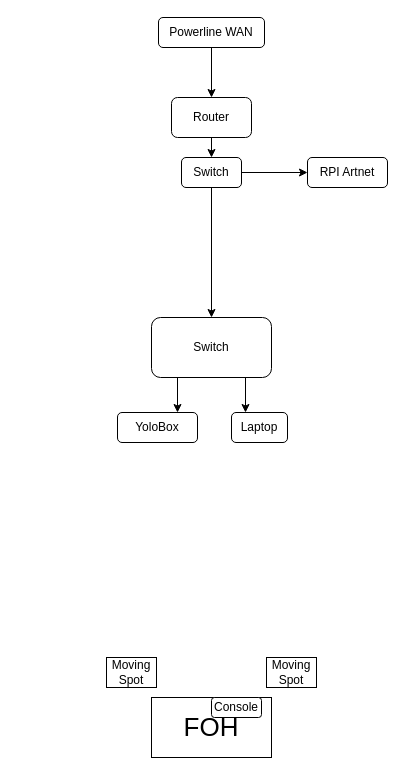
Earlier version of the draw.io diagram DMX_Lights.drawio (DefeatedWarrior/SilverBullet). Source tidied: cells renumbered, new cells numbered last; positions are measured from the earlier drawing's top-left corner, leaving out a move shared by most shapes. Both pictures are drawn from the tidied source at 100%, with x=0, y=0 at pixel (106, 17).
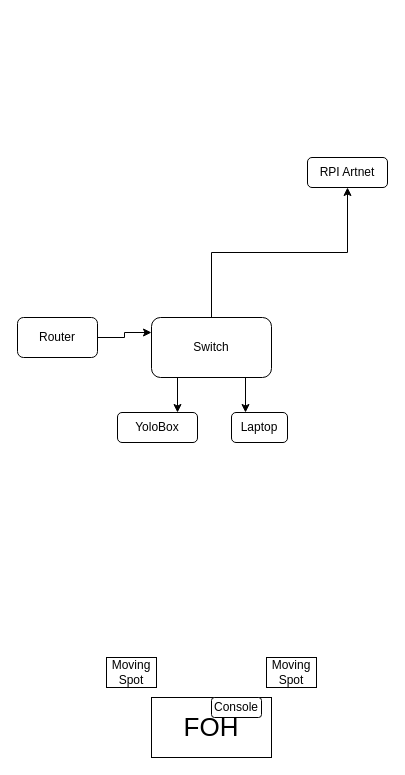
The same page after the edit.

Change to the diagram source:
```diff
@@
 <mxGraphModel>
   <root>
     <mxCell id="0" />
     <mxCell id="1" parent="0" />
     <mxCell id="2" value="&lt;font style=&quot;font-size: 26px;&quot;&gt;FOH&lt;/font&gt;" style="rounded=0;whiteSpace=wrap;html=1;" parent="1" vertex="1">
       <mxGeometry x="45" y="680" width="120" height="60" as="geometry" />
     </mxCell>
     <mxCell id="3" value="Console" style="rounded=1;whiteSpace=wrap;html=1;" parent="1" vertex="1">
       <mxGeometry x="105" y="680" width="50" height="20" as="geometry" />
     </mxCell>
     <mxCell id="4" value="Moving Spot" style="rounded=0;whiteSpace=wrap;html=1;" parent="1" vertex="1">
       <mxGeometry x="160" y="640" width="50" height="30" as="geometry" />
     </mxCell>
     <mxCell id="5" value="Moving Spot" style="rounded=0;whiteSpace=wrap;html=1;" parent="1" vertex="1">
       <mxGeometry y="640" width="50" height="30" as="geometry" />
     </mxCell>
-    <mxCell id="6" style="edgeStyle=orthogonalEdgeStyle;rounded=0;jettySize=auto;html=1;exitX=0.5;exitY=1;exitDx=0;exitDy=0;entryX=0.5;entryY=0;entryDx=0;entryDy=0;" parent="1" edge="1" source="7" target="19">
-      <mxGeometry relative="1" as="geometry" />
-    </mxCell>
+    <mxCell id="20" style="edgeStyle=orthogonalEdgeStyle;rounded=0;jettySize=auto;html=1;exitX=1;exitY=0.5;exitDx=0;exitDy=0;entryX=0;entryY=0.25;entryDx=0;entryDy=0;" parent="1" edge="1" source="7" target="12">
+      <mxGeometry relative="1" as="geometry" />
+    </mxCell>
     <mxCell id="7" value="Router" style="rounded=1;whiteSpace=wrap;html=1;" parent="1" vertex="1">
-      <mxGeometry x="65" y="80" width="80" height="40" as="geometry" />
+      <mxGeometry x="-89" y="300" width="80" height="40" as="geometry" />
     </mxCell>
     <mxCell id="8" value="Laptop" style="rounded=1;whiteSpace=wrap;html=1;" parent="1" vertex="1">
       <mxGeometry x="125" y="395" width="56" height="30" as="geometry" />
     </mxCell>
     <mxCell id="9" value="YoloBox" style="rounded=1;whiteSpace=wrap;html=1;" parent="1" vertex="1">
       <mxGeometry x="11" y="395" width="80" height="30" as="geometry" />
     </mxCell>
     <mxCell id="10" style="edgeStyle=orthogonalEdgeStyle;rounded=0;jettySize=auto;html=1;exitX=0.75;exitY=1;exitDx=0;exitDy=0;entryX=0.25;entryY=0;entryDx=0;entryDy=0;" parent="1" edge="1" source="12" target="8">
       <mxGeometry relative="1" as="geometry" />
     </mxCell>
     <mxCell id="11" style="edgeStyle=orthogonalEdgeStyle;rounded=0;jettySize=auto;html=1;exitX=0.25;exitY=1;exitDx=0;exitDy=0;entryX=0.75;entryY=0;entryDx=0;entryDy=0;" parent="1" edge="1" source="12" target="9">
       <mxGeometry relative="1" as="geometry" />
     </mxCell>
+    <mxCell id="21" style="edgeStyle=orthogonalEdgeStyle;rounded=0;jettySize=auto;html=1;exitX=0.5;exitY=0;exitDx=0;exitDy=0;entryX=0.5;entryY=1;entryDx=0;entryDy=0;" parent="1" edge="1" source="12" target="14">
+      <mxGeometry relative="1" as="geometry" />
+    </mxCell>
     <mxCell id="12" value="Switch" style="rounded=1;whiteSpace=wrap;html=1;" parent="1" vertex="1">
       <mxGeometry x="45" y="300" width="120" height="60" as="geometry" />
     </mxCell>
     <mxCell id="13" style="edgeStyle=orthogonalEdgeStyle;rounded=0;orthogonalLoop=1;jettySize=auto;html=1;exitX=0.5;exitY=1;exitDx=0;exitDy=0;" parent="1" edge="1" source="9" target="9">
       <mxGeometry relative="1" as="geometry" />
     </mxCell>
     <mxCell id="14" value="RPI Artnet" style="rounded=1;whiteSpace=wrap;html=1;" parent="1" vertex="1">
       <mxGeometry x="201" y="140" width="80" height="30" as="geometry" />
     </mxCell>
-    <mxCell id="15" style="edgeStyle=orthogonalEdgeStyle;rounded=0;jettySize=auto;html=1;exitX=0.5;exitY=1;exitDx=0;exitDy=0;entryX=0.5;entryY=0;entryDx=0;entryDy=0;" parent="1" edge="1" source="16" target="7">
-      <mxGeometry relative="1" as="geometry" />
-    </mxCell>
-    <mxCell id="16" value="Powerline WAN" style="rounded=1;whiteSpace=wrap;html=1;" parent="1" vertex="1">
-      <mxGeometry x="52" width="106" height="30" as="geometry" />
-    </mxCell>
-    <mxCell id="17" style="edgeStyle=orthogonalEdgeStyle;rounded=0;jettySize=auto;html=1;exitX=1;exitY=0.5;exitDx=0;exitDy=0;entryX=0;entryY=0.5;entryDx=0;entryDy=0;" parent="1" edge="1" source="19" target="14">
-      <mxGeometry relative="1" as="geometry" />
-    </mxCell>
-    <mxCell id="18" style="edgeStyle=orthogonalEdgeStyle;rounded=0;jettySize=auto;html=1;exitX=0.5;exitY=1;exitDx=0;exitDy=0;" parent="1" edge="1" source="19" target="12">
-      <mxGeometry relative="1" as="geometry" />
-    </mxCell>
-    <mxCell id="19" value="Switch" style="rounded=1;whiteSpace=wrap;html=1;" parent="1" vertex="1">
-      <mxGeometry x="75" y="140" width="60" height="30" as="geometry" />
-    </mxCell>
   </root>
 </mxGraphModel>
```
